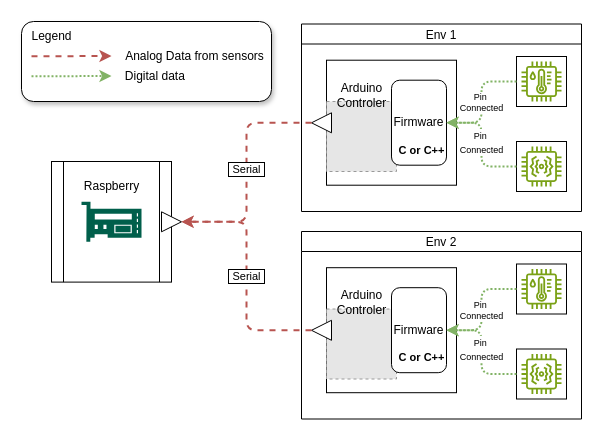
ArturArtimonte/diagrans keeps this draw.io diagram as Arduino-raspberry.drawio. Above is the earlier version. Source tidied: cells renumbered, new cells numbered last; positions are measured from the earlier drawing's top-left corner, leaving out a move shared by most shapes. Both pictures are drawn from the tidied source at 100%, with x=0, y=0 at pixel (21, 21). Pictures stored in the file or linked from it are replaced by grey dashed boxes.
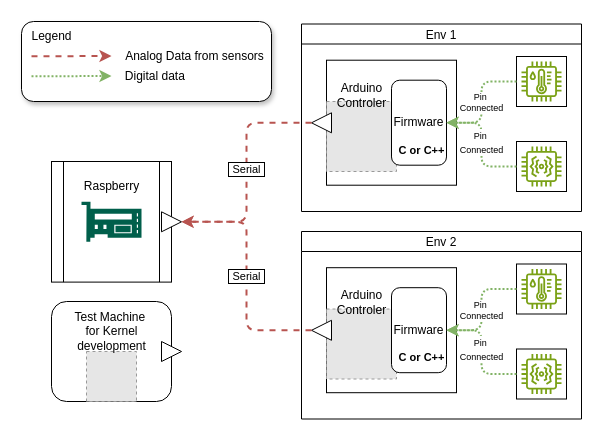
The same diagram, later.

Diff of the diagram source:
```diff
@@
+    <mxCell id="43" style="rounded=1;whiteSpace=wrap;html=1;" parent="1" vertex="1">
+      <mxGeometry x="30" y="280" width="120" height="100" as="geometry" />
+    </mxCell>
+    <mxCell id="44" style="fillColor=#E6E6E6;strokeColor=#999999;dashed=1;html=1;verticalAlign=top;verticalLabelPosition=bottom;labelBackgroundColor=#ffffff;" parent="1" vertex="1">
+      <mxGeometry x="65" y="330" width="50" height="50" as="geometry" />
+    </mxCell>
+    <mxCell id="45" value="Test Machine&amp;nbsp;&lt;br&gt;for Kernel &lt;br&gt;development" style="text;html=1;align=center;verticalAlign=middle;strokeColor=none;fillColor=none;" parent="1" vertex="1">
+      <mxGeometry x="40" y="280" width="100" height="60" as="geometry" />
+    </mxCell>
+    <mxCell id="46" style="triangle;whiteSpace=wrap;html=1;" parent="1" vertex="1">
+      <mxGeometry x="140" y="320" width="20" height="20" as="geometry" />
+    </mxCell>
```
